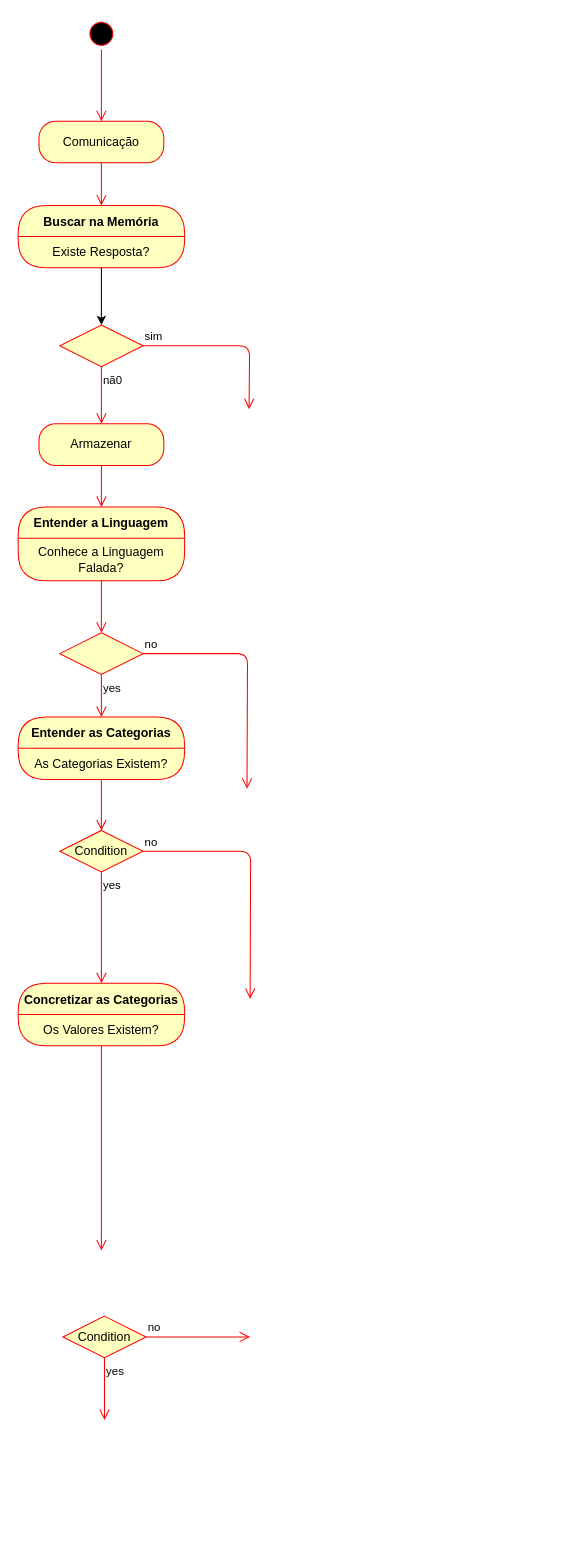
This is docs/diagrama_de_fluxo_aurora.drawio from marvinho-tn/aurora, a draw.io file, before an edit. Source tidied: cells renumbered, new cells numbered last; positions are measured from the earlier drawing's top-left corner, leaving out a move shared by most shapes. Both pictures are drawn from the tidied source at 104%, with x=0, y=0 at pixel (18, 18).
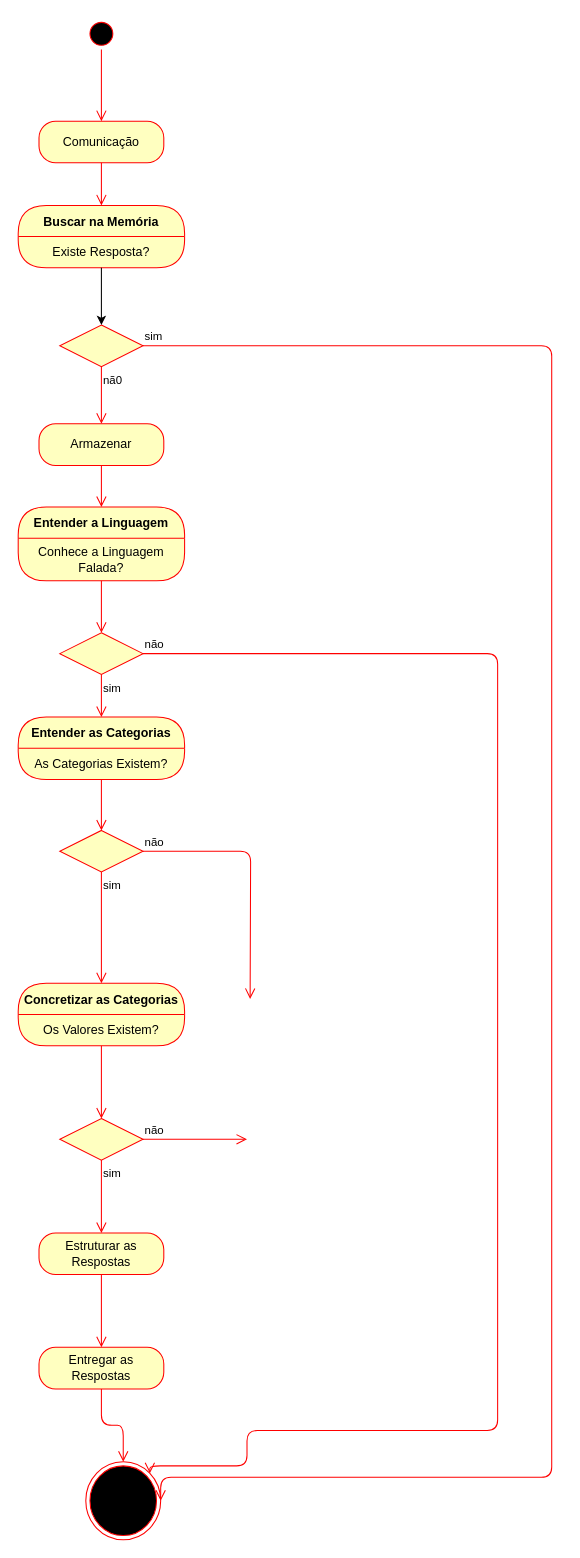
Above is the later version.

Unchanged cells that the change refers to:
```xml
<mxCell id="8" style="rhombus;whiteSpace=wrap;html=1;fillColor=#ffffc0;strokeColor=#ff0000;" parent="1" vertex="1">
  <mxGeometry x="40" y="295" width="80" height="40" as="geometry" />
</mxCell>
<mxCell id="17" style="rhombus;whiteSpace=wrap;html=1;fillColor=#ffffc0;strokeColor=#ff0000;" parent="1" vertex="1">
  <mxGeometry x="40" y="591" width="80" height="40" as="geometry" />
</mxCell>
<mxCell id="20" value="Entender as Categorias" style="swimlane;fontStyle=1;align=center;verticalAlign=middle;horizontal=1;startSize=30;fontColor=#000000;rounded=1;arcSize=30;strokeColor=#ff0000;fillColor=#ffffc0;swimlaneFillColor=#ffffc0;" parent="1" vertex="1">
  <mxGeometry y="672" width="160" height="60" as="geometry" />
</mxCell>
<mxCell id="26" value="Concretizar as Categorias" style="swimlane;fontStyle=1;align=center;verticalAlign=middle;horizontal=1;startSize=30;fontColor=#000000;rounded=1;arcSize=30;strokeColor=#ff0000;fillColor=#ffffc0;swimlaneFillColor=#ffffc0;" parent="1" vertex="1">
  <mxGeometry y="928" width="160" height="60" as="geometry" />
</mxCell>
```

Change to the diagram source:
```diff
@@
-    <mxCell id="9" value="sim" style="edgeStyle=orthogonalEdgeStyle;html=1;align=left;verticalAlign=bottom;endArrow=open;endSize=8;strokeColor=#ff0000;" parent="1" edge="1" source="8">
+    <mxCell id="9" value="sim" style="edgeStyle=orthogonalEdgeStyle;html=1;align=left;verticalAlign=bottom;endArrow=open;endSize=8;strokeColor=#ff0000;entryX=1;entryY=0.5;entryDx=0;entryDy=0;" parent="1" edge="1" source="8" target="36">
       <mxGeometry x="-1" relative="1" as="geometry">
-        <mxPoint x="222" y="376" as="targetPoint" />
+        <Array as="points">
+          <mxPoint x="513" y="315" />
+          <mxPoint x="513" y="1403" />
+        </Array>
       </mxGeometry>
     </mxCell>
@@
-    <mxCell id="18" value="no" style="edgeStyle=orthogonalEdgeStyle;html=1;align=left;verticalAlign=bottom;endArrow=open;endSize=8;strokeColor=#ff0000;" parent="1" edge="1" source="17">
+    <mxCell id="18" value="não" style="edgeStyle=orthogonalEdgeStyle;html=1;align=left;verticalAlign=bottom;endArrow=open;endSize=8;strokeColor=#ff0000;entryX=1;entryY=0;entryDx=0;entryDy=0;" parent="1" edge="1" source="17" target="36">
       <mxGeometry x="-1" relative="1" as="geometry">
-        <mxPoint x="220" y="741" as="targetPoint" />
+        <Array as="points">
+          <mxPoint x="461" y="611" />
+          <mxPoint x="461" y="1358" />
+          <mxPoint x="220" y="1358" />
+          <mxPoint x="220" y="1392" />
+        </Array>
       </mxGeometry>
     </mxCell>
-    <mxCell id="19" value="yes" style="edgeStyle=orthogonalEdgeStyle;html=1;align=left;verticalAlign=top;endArrow=open;endSize=8;strokeColor=#ff0000;entryX=0.5;entryY=0;entryDx=0;entryDy=0;" parent="1" edge="1" source="17" target="20">
+    <mxCell id="19" value="sim" style="edgeStyle=orthogonalEdgeStyle;html=1;align=left;verticalAlign=top;endArrow=open;endSize=8;strokeColor=#ff0000;entryX=0.5;entryY=0;entryDx=0;entryDy=0;" parent="1" edge="1" source="17" target="20">
       <mxGeometry x="-1" relative="1" as="geometry" />
     </mxCell>
@@
-    <mxCell id="23" value="Condition" style="rhombus;whiteSpace=wrap;html=1;fillColor=#ffffc0;strokeColor=#ff0000;" parent="1" vertex="1">
+    <mxCell id="23" style="rhombus;whiteSpace=wrap;html=1;fillColor=#ffffc0;strokeColor=#ff0000;" parent="1" vertex="1">
       <mxGeometry x="40" y="781" width="80" height="40" as="geometry" />
     </mxCell>
-    <mxCell id="24" value="no" style="edgeStyle=orthogonalEdgeStyle;html=1;align=left;verticalAlign=bottom;endArrow=open;endSize=8;strokeColor=#ff0000;" parent="1" edge="1" source="23">
+    <mxCell id="24" value="não" style="edgeStyle=orthogonalEdgeStyle;html=1;align=left;verticalAlign=bottom;endArrow=open;endSize=8;strokeColor=#ff0000;" parent="1" edge="1" source="23">
       <mxGeometry x="-1" relative="1" as="geometry">
         <mxPoint x="223" y="943" as="targetPoint" />
       </mxGeometry>
     </mxCell>
-    <mxCell id="25" value="yes" style="edgeStyle=orthogonalEdgeStyle;html=1;align=left;verticalAlign=top;endArrow=open;endSize=8;strokeColor=#ff0000;entryX=0.5;entryY=0;entryDx=0;entryDy=0;" parent="1" edge="1" source="23" target="26">
+    <mxCell id="25" value="sim" style="edgeStyle=orthogonalEdgeStyle;html=1;align=left;verticalAlign=top;endArrow=open;endSize=8;strokeColor=#ff0000;entryX=0.5;entryY=0;entryDx=0;entryDy=0;" parent="1" edge="1" source="23" target="26">
       <mxGeometry x="-1" relative="1" as="geometry" />
     </mxCell>
@@
-    <mxCell id="28" style="edgeStyle=orthogonalEdgeStyle;html=1;verticalAlign=bottom;endArrow=open;endSize=8;strokeColor=#ff0000;" parent="1" edge="1" source="26">
-      <mxGeometry relative="1" as="geometry">
-        <mxPoint x="80" y="1185" as="targetPoint" />
-      </mxGeometry>
+    <mxCell id="28" style="edgeStyle=orthogonalEdgeStyle;html=1;verticalAlign=bottom;endArrow=open;endSize=8;strokeColor=#ff0000;entryX=0.5;entryY=0;entryDx=0;entryDy=0;" parent="1" edge="1" source="26" target="29">
+      <mxGeometry relative="1" as="geometry" />
     </mxCell>
-    <mxCell id="29" value="Condition" style="rhombus;whiteSpace=wrap;html=1;fillColor=#ffffc0;strokeColor=#ff0000;" parent="1" vertex="1">
-      <mxGeometry x="43" y="1248" width="80" height="40" as="geometry" />
+    <mxCell id="29" style="rhombus;whiteSpace=wrap;html=1;fillColor=#ffffc0;strokeColor=#ff0000;" parent="1" vertex="1">
+      <mxGeometry x="40" y="1058" width="80" height="40" as="geometry" />
     </mxCell>
-    <mxCell id="30" value="no" style="edgeStyle=orthogonalEdgeStyle;html=1;align=left;verticalAlign=bottom;endArrow=open;endSize=8;strokeColor=#ff0000;" parent="1" edge="1" source="29">
+    <mxCell id="30" value="não" style="edgeStyle=orthogonalEdgeStyle;html=1;align=left;verticalAlign=bottom;endArrow=open;endSize=8;strokeColor=#ff0000;" parent="1" edge="1" source="29">
       <mxGeometry x="-1" relative="1" as="geometry">
-        <mxPoint x="223" y="1268" as="targetPoint" />
+        <mxPoint x="220" y="1078" as="targetPoint" />
       </mxGeometry>
     </mxCell>
-    <mxCell id="31" value="yes" style="edgeStyle=orthogonalEdgeStyle;html=1;align=left;verticalAlign=top;endArrow=open;endSize=8;strokeColor=#ff0000;" parent="1" edge="1" source="29">
-      <mxGeometry x="-1" relative="1" as="geometry">
-        <mxPoint x="83" y="1348" as="targetPoint" />
-      </mxGeometry>
+    <mxCell id="31" value="sim" style="edgeStyle=orthogonalEdgeStyle;html=1;align=left;verticalAlign=top;endArrow=open;endSize=8;strokeColor=#ff0000;entryX=0.5;entryY=0;entryDx=0;entryDy=0;" parent="1" edge="1" source="29" target="32">
+      <mxGeometry x="-1" relative="1" as="geometry" />
     </mxCell>
+    <mxCell id="32" value="Estruturar as Respostas" style="rounded=1;whiteSpace=wrap;html=1;arcSize=40;fontColor=#000000;fillColor=#ffffc0;strokeColor=#ff0000;" parent="1" vertex="1">
+      <mxGeometry x="20" y="1168" width="120" height="40" as="geometry" />
+    </mxCell>
+    <mxCell id="33" style="edgeStyle=orthogonalEdgeStyle;html=1;verticalAlign=bottom;endArrow=open;endSize=8;strokeColor=#ff0000;entryX=0.5;entryY=0;entryDx=0;entryDy=0;" parent="1" edge="1" source="32" target="34">
+      <mxGeometry relative="1" as="geometry" />
+    </mxCell>
+    <mxCell id="34" value="Entregar as Respostas" style="rounded=1;whiteSpace=wrap;html=1;arcSize=40;fontColor=#000000;fillColor=#ffffc0;strokeColor=#ff0000;" parent="1" vertex="1">
+      <mxGeometry x="20" y="1278" width="120" height="40" as="geometry" />
+    </mxCell>
+    <mxCell id="35" style="edgeStyle=orthogonalEdgeStyle;html=1;verticalAlign=bottom;endArrow=open;endSize=8;strokeColor=#ff0000;entryX=0.5;entryY=0;entryDx=0;entryDy=0;" parent="1" edge="1" source="34" target="36">
+      <mxGeometry relative="1" as="geometry" />
+    </mxCell>
+    <mxCell id="36" style="ellipse;html=1;shape=endState;fillColor=#000000;strokeColor=#ff0000;" parent="1" vertex="1">
+      <mxGeometry x="65" y="1388" width="72" height="75" as="geometry" />
+    </mxCell>
```
